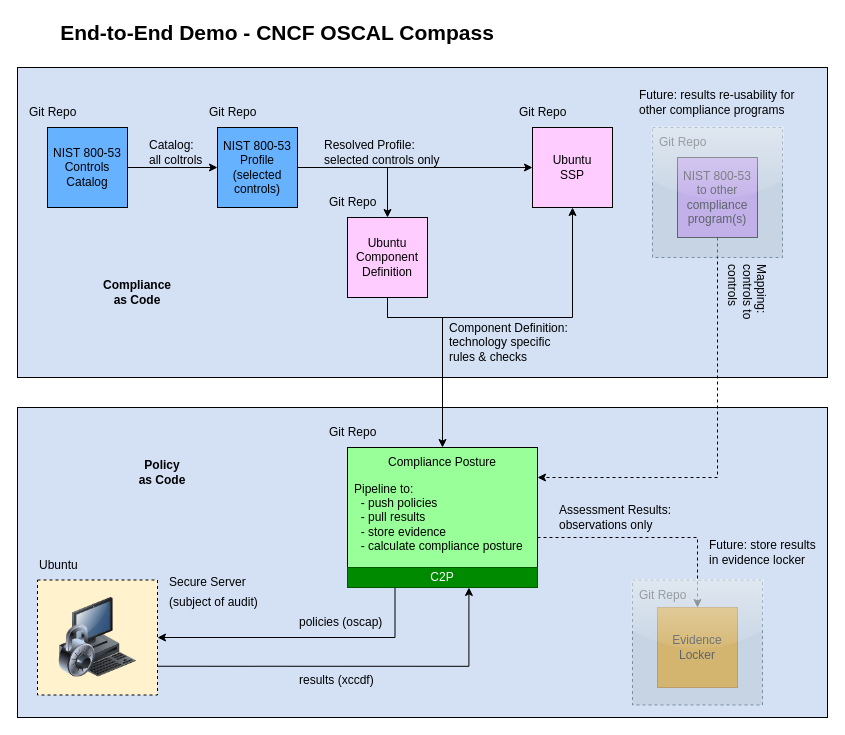
Earlier version of the draw.io diagram images/e2e-demo.c2p.drawio (oscal-compass/e2e-demo). Source tidied: cells renumbered, new cells numbered last; positions are measured from the earlier drawing's top-left corner, leaving out a move shared by most shapes. Both pictures are drawn from the tidied source at 100%, with x=0, y=0 at pixel (17, 17).
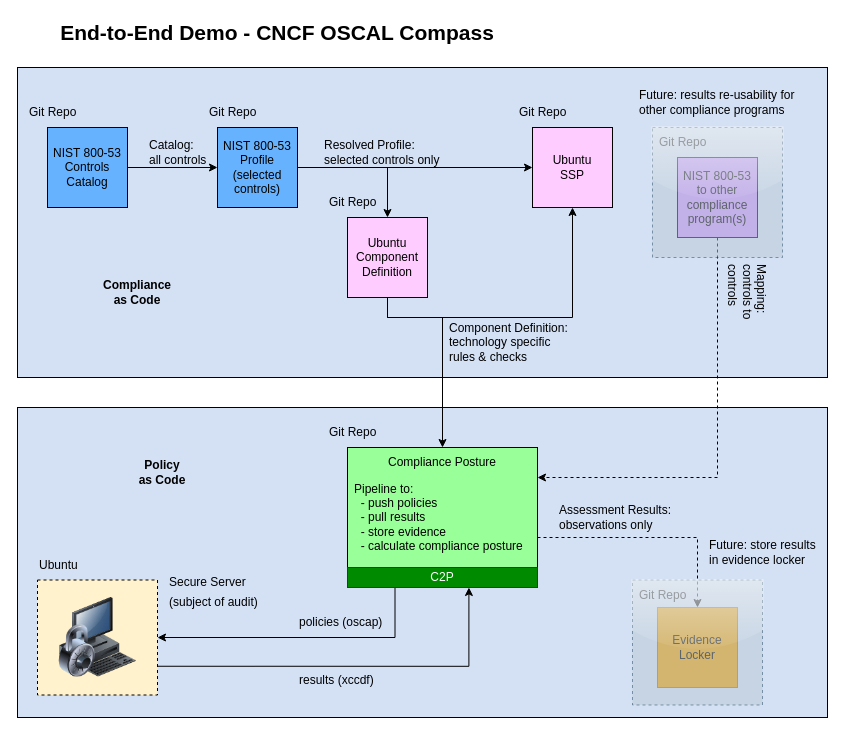
The same page after the edit.

Commit message (it also covers changes not shown here):
fix: diagrams "all controls" spelling

Diff of the diagram source:
```diff
@@
-    <mxCell id="27" value="Catalog:&lt;div&gt;all coltrols&lt;/div&gt;" style="text;html=1;align=left;verticalAlign=middle;whiteSpace=wrap;rounded=0;" parent="1" vertex="1">
+    <mxCell id="27" value="Catalog:&lt;div&gt;all controls&lt;/div&gt;" style="text;html=1;align=left;verticalAlign=middle;whiteSpace=wrap;rounded=0;" parent="1" vertex="1">
       <mxGeometry x="130" y="120" width="120" height="30" as="geometry" />
     </mxCell>
```
